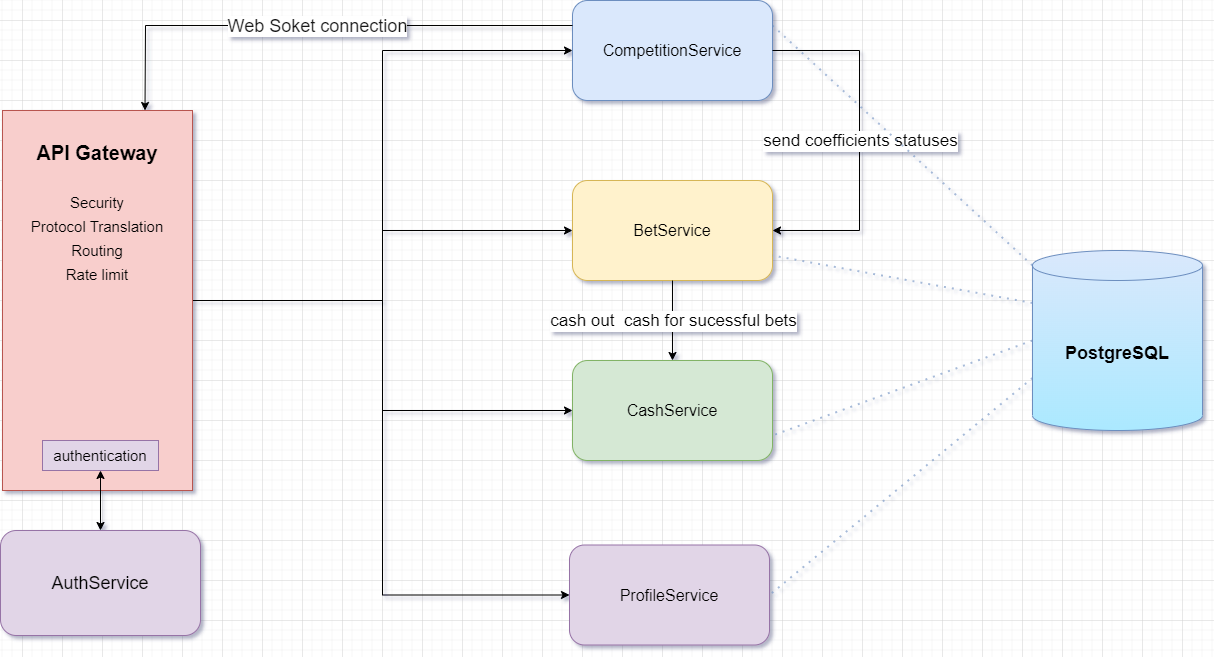
The draw.io diagram betsys.png in BetSystemES/DevOps, before a commit. Source tidied: cells renumbered, new cells last; positions are measured from the earlier drawing's top-left corner, leaving out a move shared by most shapes. Source of this version:
```xml
<mxGraphModel>
  <root>
    <mxCell id="0" />
    <mxCell id="1" parent="0" />
    <mxCell id="2" value="&lt;font style=&quot;font-size: 18px;&quot;&gt;AuthService&lt;/font&gt;" style="rounded=1;whiteSpace=wrap;html=1;fillColor=#e1d5e7;strokeColor=#9673a6;" parent="1" vertex="1">
      <mxGeometry y="530" width="200" height="105" as="geometry" />
    </mxCell>
    <mxCell id="3" value="BetService" style="rounded=1;whiteSpace=wrap;html=1;fontSize=16;fillColor=#fff2cc;strokeColor=#d6b656;" parent="1" vertex="1">
      <mxGeometry x="572" y="180" width="200" height="100" as="geometry" />
    </mxCell>
    <mxCell id="4" value="CompetitionService" style="rounded=1;whiteSpace=wrap;html=1;fontSize=16;fillColor=#dae8fc;strokeColor=#6c8ebf;" parent="1" vertex="1">
      <mxGeometry x="572" width="200" height="100" as="geometry" />
    </mxCell>
    <mxCell id="5" style="edgeStyle=orthogonalEdgeStyle;rounded=0;jettySize=auto;html=1;exitX=1;exitY=0.5;exitDx=0;exitDy=0;entryX=0;entryY=0.5;entryDx=0;entryDy=0;fontSize=17;" parent="1" edge="1" source="9" target="4">
      <mxGeometry relative="1" as="geometry" />
    </mxCell>
    <mxCell id="6" style="edgeStyle=orthogonalEdgeStyle;rounded=0;jettySize=auto;html=1;exitX=1;exitY=0.5;exitDx=0;exitDy=0;entryX=0;entryY=0.5;entryDx=0;entryDy=0;fontSize=17;" parent="1" edge="1" source="9" target="3">
      <mxGeometry relative="1" as="geometry" />
    </mxCell>
    <mxCell id="7" style="edgeStyle=orthogonalEdgeStyle;rounded=0;jettySize=auto;html=1;exitX=1;exitY=0.5;exitDx=0;exitDy=0;entryX=0;entryY=0.5;entryDx=0;entryDy=0;fontSize=17;" parent="1" edge="1" source="9" target="13">
      <mxGeometry relative="1" as="geometry" />
    </mxCell>
    <mxCell id="8" style="edgeStyle=orthogonalEdgeStyle;rounded=0;jettySize=auto;html=1;exitX=1;exitY=0.5;exitDx=0;exitDy=0;entryX=0;entryY=0.5;entryDx=0;entryDy=0;fontSize=17;" parent="1" edge="1" source="9" target="11">
      <mxGeometry relative="1" as="geometry">
        <Array as="points">
          <mxPoint x="382" y="300" />
          <mxPoint x="382" y="594" />
        </Array>
      </mxGeometry>
    </mxCell>
    <mxCell id="9" value="&lt;br&gt;API Gateway&lt;br&gt;&lt;br&gt;&lt;font style=&quot;font-size: 15px; font-weight: normal;&quot;&gt;Security&lt;br&gt;Protocol Translation&lt;br&gt;Routing&lt;br&gt;Rate limit&lt;br&gt;&lt;/font&gt;" style="rounded=0;whiteSpace=wrap;html=1;rotation=0;fillColor=#f8cecc;strokeColor=#b85450;fontStyle=1;fontSize=20;verticalAlign=top;" parent="1" vertex="1">
      <mxGeometry x="2" y="110" width="190" height="380" as="geometry" />
    </mxCell>
    <mxCell id="10" value="authentication" style="rounded=0;whiteSpace=wrap;html=1;fontSize=15;fillColor=#e1d5e7;strokeColor=#9673a6;" parent="1" vertex="1">
      <mxGeometry x="42" y="440" width="116" height="30" as="geometry" />
    </mxCell>
    <mxCell id="11" value="ProfileService" style="rounded=1;whiteSpace=wrap;html=1;fontSize=16;fillColor=#e1d5e7;strokeColor=#9673a6;" parent="1" vertex="1">
      <mxGeometry x="569" y="544.5" width="200" height="100" as="geometry" />
    </mxCell>
    <mxCell id="12" style="endArrow=classic;startArrow=classic;html=1;rounded=0;entryX=0.5;entryY=1;entryDx=0;entryDy=0;exitX=0.5;exitY=0;exitDx=0;exitDy=0;" parent="1" edge="1" source="2" target="10">
      <mxGeometry relative="1" as="geometry" />
    </mxCell>
    <mxCell id="13" value="CashService" style="rounded=1;whiteSpace=wrap;html=1;fontSize=16;fillColor=#d5e8d4;strokeColor=#82b366;" parent="1" vertex="1">
      <mxGeometry x="572" y="360" width="200" height="100" as="geometry" />
    </mxCell>
    <mxCell id="14" style="endArrow=classic;html=1;rounded=0;fontSize=17;exitX=0.5;exitY=1;exitDx=0;exitDy=0;entryX=0.5;entryY=0;entryDx=0;entryDy=0;" parent="1" edge="1" source="3" target="13">
      <mxGeometry relative="1" as="geometry" />
    </mxCell>
    <mxCell id="15" value="cash out&amp;nbsp; cash for sucessful bets" style="edgeLabel;html=1;align=center;verticalAlign=middle;fontSize=17;" parent="14" vertex="1">
      <mxGeometry relative="1" as="geometry" />
    </mxCell>
    <mxCell id="16" style="endArrow=classic;html=1;rounded=0;fontSize=17;exitX=1;exitY=0.5;exitDx=0;exitDy=0;entryX=1;entryY=0.5;entryDx=0;entryDy=0;" parent="1" edge="1" source="4" target="3">
      <mxGeometry relative="1" as="geometry">
        <Array as="points">
          <mxPoint x="859" y="50" />
          <mxPoint x="859" y="230" />
        </Array>
      </mxGeometry>
    </mxCell>
    <mxCell id="17" value="send coefficients statuses" style="edgeLabel;html=1;align=center;verticalAlign=middle;fontSize=17;" parent="16" vertex="1">
      <mxGeometry relative="1" as="geometry" />
    </mxCell>
    <mxCell id="18" value="PostgreSQL" style="shape=cylinder3;whiteSpace=wrap;html=1;boundedLbl=1;backgroundOutline=1;size=15;fontSize=18;fillColor=#dae8fc;strokeColor=#6c8ebf;gradientColor=#ABE9FF;fontStyle=1;" parent="1" vertex="1">
      <mxGeometry x="1032" y="250" width="170" height="180" as="geometry" />
    </mxCell>
    <mxCell id="19" style="endArrow=none;dashed=1;html=1;dashPattern=1 3;strokeWidth=2;rounded=0;fontSize=18;entryX=1;entryY=0.75;entryDx=0;entryDy=0;textOpacity=0;labelBorderColor=none;fontColor=#ADADAD;fillColor=#dae8fc;strokeColor=#6c8ebf;opacity=60;exitX=0;exitY=0;exitDx=0;exitDy=52.5;exitPerimeter=0;" parent="1" edge="1" source="18" target="3">
      <mxGeometry relative="1" as="geometry" />
    </mxCell>
    <mxCell id="20" style="endArrow=none;dashed=1;html=1;dashPattern=1 3;strokeWidth=2;rounded=0;fontSize=18;entryX=1;entryY=0.75;entryDx=0;entryDy=0;exitX=0;exitY=0.5;exitDx=0;exitDy=0;exitPerimeter=0;textOpacity=0;labelBorderColor=none;fontColor=#ADADAD;fillColor=#dae8fc;strokeColor=#6c8ebf;opacity=60;" parent="1" edge="1" source="18" target="13">
      <mxGeometry relative="1" as="geometry" />
    </mxCell>
    <mxCell id="21" style="endArrow=none;dashed=1;html=1;dashPattern=1 3;strokeWidth=2;rounded=0;fontSize=18;entryX=1;entryY=0.5;entryDx=0;entryDy=0;exitX=0;exitY=0;exitDx=0;exitDy=127.5;exitPerimeter=0;textOpacity=0;labelBorderColor=none;fontColor=#ADADAD;fillColor=#dae8fc;strokeColor=#6c8ebf;opacity=60;" parent="1" edge="1" source="18" target="11">
      <mxGeometry relative="1" as="geometry" />
    </mxCell>
    <mxCell id="22" style="endArrow=none;dashed=1;html=1;dashPattern=1 3;strokeWidth=2;rounded=0;fontSize=18;entryX=1;entryY=0.25;entryDx=0;entryDy=0;exitX=0;exitY=0;exitDx=0;exitDy=15;exitPerimeter=0;textOpacity=0;labelBorderColor=none;fontColor=#ADADAD;fillColor=#dae8fc;strokeColor=#6c8ebf;opacity=60;" parent="1" edge="1" source="18" target="4">
      <mxGeometry relative="1" as="geometry" />
    </mxCell>
    <mxCell id="23" style="endArrow=classic;html=1;rounded=0;labelBorderColor=none;fontSize=18;fontColor=#ADADAD;exitX=0;exitY=0.25;exitDx=0;exitDy=0;entryX=0.75;entryY=0;entryDx=0;entryDy=0;" parent="1" edge="1" source="4" target="9">
      <mxGeometry relative="1" as="geometry">
        <Array as="points">
          <mxPoint x="145" y="25" />
        </Array>
      </mxGeometry>
    </mxCell>
    <mxCell id="24" value="Web Soket connection" style="edgeLabel;html=1;align=center;verticalAlign=middle;fontSize=18;fontColor=#171717;gradientColor=#ABE9FF;" parent="23" vertex="1">
      <mxGeometry relative="1" as="geometry" />
    </mxCell>
  </root>
</mxGraphModel>
```
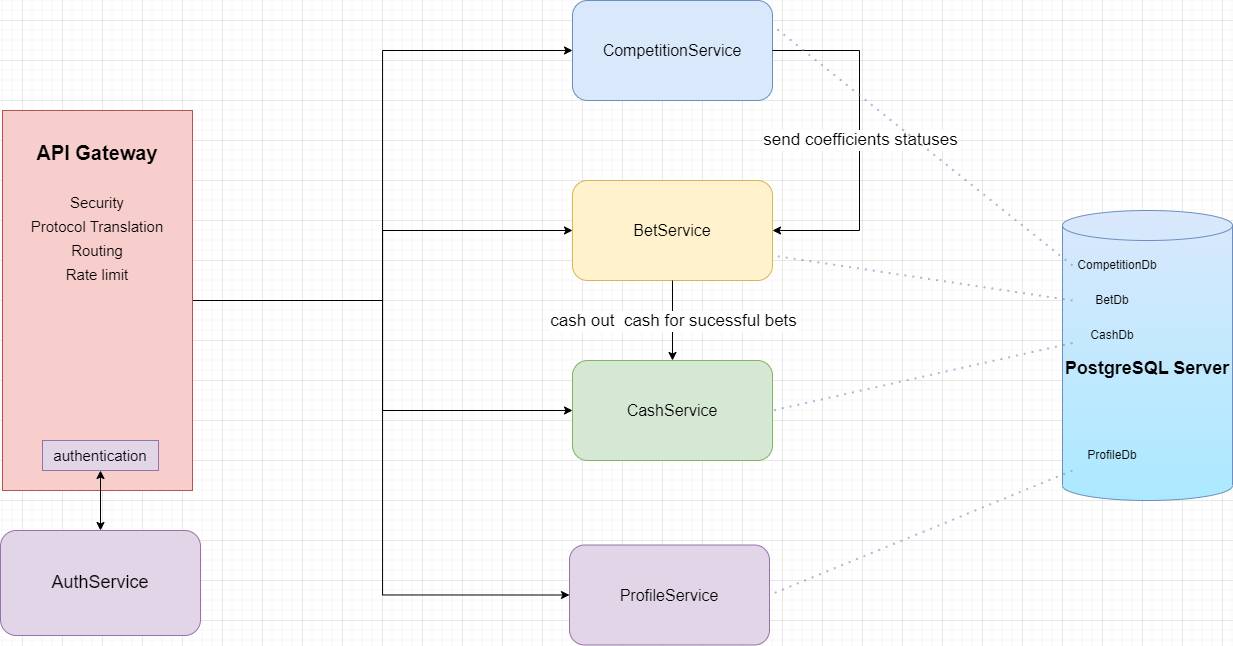
After the change.

Diff of the diagram source:
```diff
@@ -60,30 +60,32 @@
     <mxCell id="17" value="send coefficients statuses" style="edgeLabel;html=1;align=center;verticalAlign=middle;fontSize=17;" parent="16" vertex="1">
       <mxGeometry relative="1" as="geometry" />
     </mxCell>
-    <mxCell id="18" value="PostgreSQL" style="shape=cylinder3;whiteSpace=wrap;html=1;boundedLbl=1;backgroundOutline=1;size=15;fontSize=18;fillColor=#dae8fc;strokeColor=#6c8ebf;gradientColor=#ABE9FF;fontStyle=1;" parent="1" vertex="1">
-      <mxGeometry x="1032" y="250" width="170" height="180" as="geometry" />
+    <mxCell id="18" value="PostgreSQL Server" style="shape=cylinder3;whiteSpace=wrap;html=1;boundedLbl=1;backgroundOutline=1;size=15;fontSize=18;fillColor=#dae8fc;strokeColor=#6c8ebf;gradientColor=#ABE9FF;fontStyle=1;" parent="1" vertex="1">
+      <mxGeometry x="1062" y="210" width="170" height="290" as="geometry" />
     </mxCell>
-    <mxCell id="19" style="endArrow=none;dashed=1;html=1;dashPattern=1 3;strokeWidth=2;rounded=0;fontSize=18;entryX=1;entryY=0.75;entryDx=0;entryDy=0;textOpacity=0;labelBorderColor=none;fontColor=#ADADAD;fillColor=#dae8fc;strokeColor=#6c8ebf;opacity=60;exitX=0;exitY=0;exitDx=0;exitDy=52.5;exitPerimeter=0;" parent="1" edge="1" source="18" target="3">
+    <mxCell id="19" style="endArrow=none;dashed=1;html=1;dashPattern=1 3;strokeWidth=2;rounded=0;fontSize=18;entryX=1;entryY=0.75;entryDx=0;entryDy=0;textOpacity=0;labelBorderColor=none;fontColor=#ADADAD;fillColor=#dae8fc;strokeColor=#6c8ebf;opacity=60;exitX=0;exitY=0.5;exitDx=0;exitDy=0;" parent="1" edge="1" source="26" target="3">
       <mxGeometry relative="1" as="geometry" />
     </mxCell>
-    <mxCell id="20" style="endArrow=none;dashed=1;html=1;dashPattern=1 3;strokeWidth=2;rounded=0;fontSize=18;entryX=1;entryY=0.75;entryDx=0;entryDy=0;exitX=0;exitY=0.5;exitDx=0;exitDy=0;exitPerimeter=0;textOpacity=0;labelBorderColor=none;fontColor=#ADADAD;fillColor=#dae8fc;strokeColor=#6c8ebf;opacity=60;" parent="1" edge="1" source="18" target="13">
+    <mxCell id="20" style="endArrow=none;dashed=1;html=1;dashPattern=1 3;strokeWidth=2;rounded=0;fontSize=18;entryX=1;entryY=0.5;entryDx=0;entryDy=0;exitX=0;exitY=0.75;exitDx=0;exitDy=0;textOpacity=0;labelBorderColor=none;fontColor=#ADADAD;fillColor=#dae8fc;strokeColor=#6c8ebf;opacity=60;jumpStyle=none;" parent="1" edge="1" source="27" target="13">
       <mxGeometry relative="1" as="geometry" />
     </mxCell>
-    <mxCell id="21" style="endArrow=none;dashed=1;html=1;dashPattern=1 3;strokeWidth=2;rounded=0;fontSize=18;entryX=1;entryY=0.5;entryDx=0;entryDy=0;exitX=0;exitY=0;exitDx=0;exitDy=127.5;exitPerimeter=0;textOpacity=0;labelBorderColor=none;fontColor=#ADADAD;fillColor=#dae8fc;strokeColor=#6c8ebf;opacity=60;" parent="1" edge="1" source="18" target="11">
+    <mxCell id="21" style="endArrow=none;dashed=1;html=1;dashPattern=1 3;strokeWidth=2;rounded=0;fontSize=18;entryX=1;entryY=0.5;entryDx=0;entryDy=0;exitX=0;exitY=1;exitDx=0;exitDy=0;textOpacity=0;labelBorderColor=none;fontColor=#ADADAD;fillColor=#dae8fc;strokeColor=#6c8ebf;opacity=60;" parent="1" edge="1" source="28" target="11">
       <mxGeometry relative="1" as="geometry" />
     </mxCell>
-    <mxCell id="22" style="endArrow=none;dashed=1;html=1;dashPattern=1 3;strokeWidth=2;rounded=0;fontSize=18;entryX=1;entryY=0.25;entryDx=0;entryDy=0;exitX=0;exitY=0;exitDx=0;exitDy=15;exitPerimeter=0;textOpacity=0;labelBorderColor=none;fontColor=#ADADAD;fillColor=#dae8fc;strokeColor=#6c8ebf;opacity=60;" parent="1" edge="1" source="18" target="4">
+    <mxCell id="22" style="endArrow=none;dashed=1;html=1;dashPattern=1 3;strokeWidth=2;rounded=0;fontSize=18;entryX=1;entryY=0.25;entryDx=0;entryDy=0;exitX=0;exitY=0;exitDx=0;exitDy=15;exitPerimeter=0;textOpacity=0;labelBorderColor=none;fontColor=#ADADAD;fillColor=#dae8fc;strokeColor=#6c8ebf;opacity=60;startArrow=none;" parent="1" edge="1" source="25" target="4">
       <mxGeometry relative="1" as="geometry" />
     </mxCell>
-    <mxCell id="23" style="endArrow=classic;html=1;rounded=0;labelBorderColor=none;fontSize=18;fontColor=#ADADAD;exitX=0;exitY=0.25;exitDx=0;exitDy=0;entryX=0.75;entryY=0;entryDx=0;entryDy=0;" parent="1" edge="1" source="4" target="9">
-      <mxGeometry relative="1" as="geometry">
-        <Array as="points">
-          <mxPoint x="145" y="25" />
-        </Array>
-      </mxGeometry>
-    </mxCell>
-    <mxCell id="24" value="Web Soket connection" style="edgeLabel;html=1;align=center;verticalAlign=middle;fontSize=18;fontColor=#171717;gradientColor=#ABE9FF;" parent="23" vertex="1">
-      <mxGeometry relative="1" as="geometry" />
-    </mxCell>
+    <mxCell id="25" value="CompetitionDb" style="text;html=1;strokeColor=none;fillColor=none;align=center;verticalAlign=middle;whiteSpace=wrap;rounded=0;" parent="1" vertex="1">
+      <mxGeometry x="1072" y="250" width="90" height="30" as="geometry" />
+    </mxCell>
+    <mxCell id="26" value="BetDb" style="text;html=1;strokeColor=none;fillColor=none;align=center;verticalAlign=middle;whiteSpace=wrap;rounded=0;" parent="1" vertex="1">
+      <mxGeometry x="1072" y="285" width="80" height="30" as="geometry" />
+    </mxCell>
+    <mxCell id="27" value="CashDb" style="text;html=1;strokeColor=none;fillColor=none;align=center;verticalAlign=middle;whiteSpace=wrap;rounded=0;" parent="1" vertex="1">
+      <mxGeometry x="1072" y="320" width="80" height="30" as="geometry" />
+    </mxCell>
+    <mxCell id="28" value="ProfileDb" style="text;html=1;strokeColor=none;fillColor=none;align=center;verticalAlign=middle;whiteSpace=wrap;rounded=0;" parent="1" vertex="1">
+      <mxGeometry x="1072" y="440" width="80" height="30" as="geometry" />
+    </mxCell>
   </root>
 </mxGraphModel>
```
